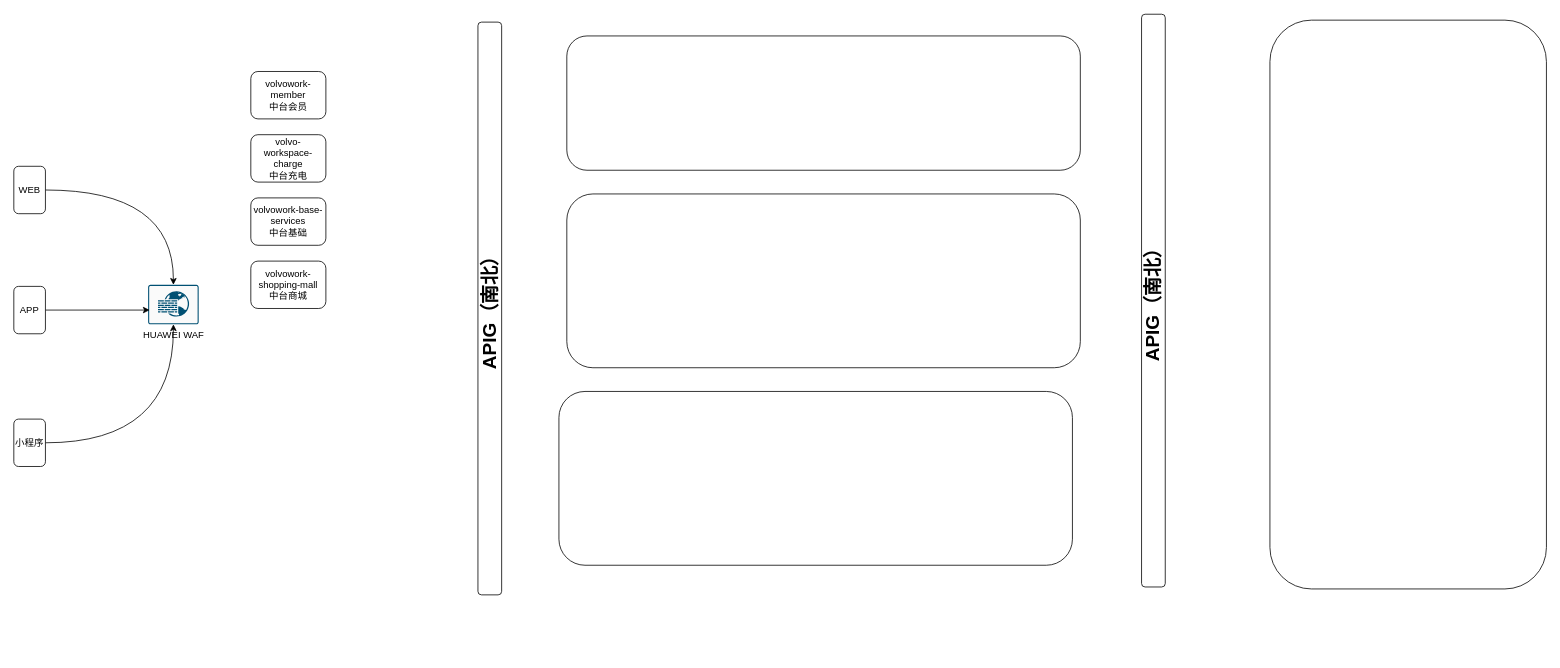
This is volvo Newbie技术架构图.drawio from 463024907/draw.io, a draw.io file, before an edit. Source tidied: cells renumbered, new cells numbered last; positions are measured from the earlier drawing's top-left corner, leaving out a move shared by most shapes. Both pictures are drawn from the tidied source at 79%, with x=0, y=0 at pixel (13, 20).
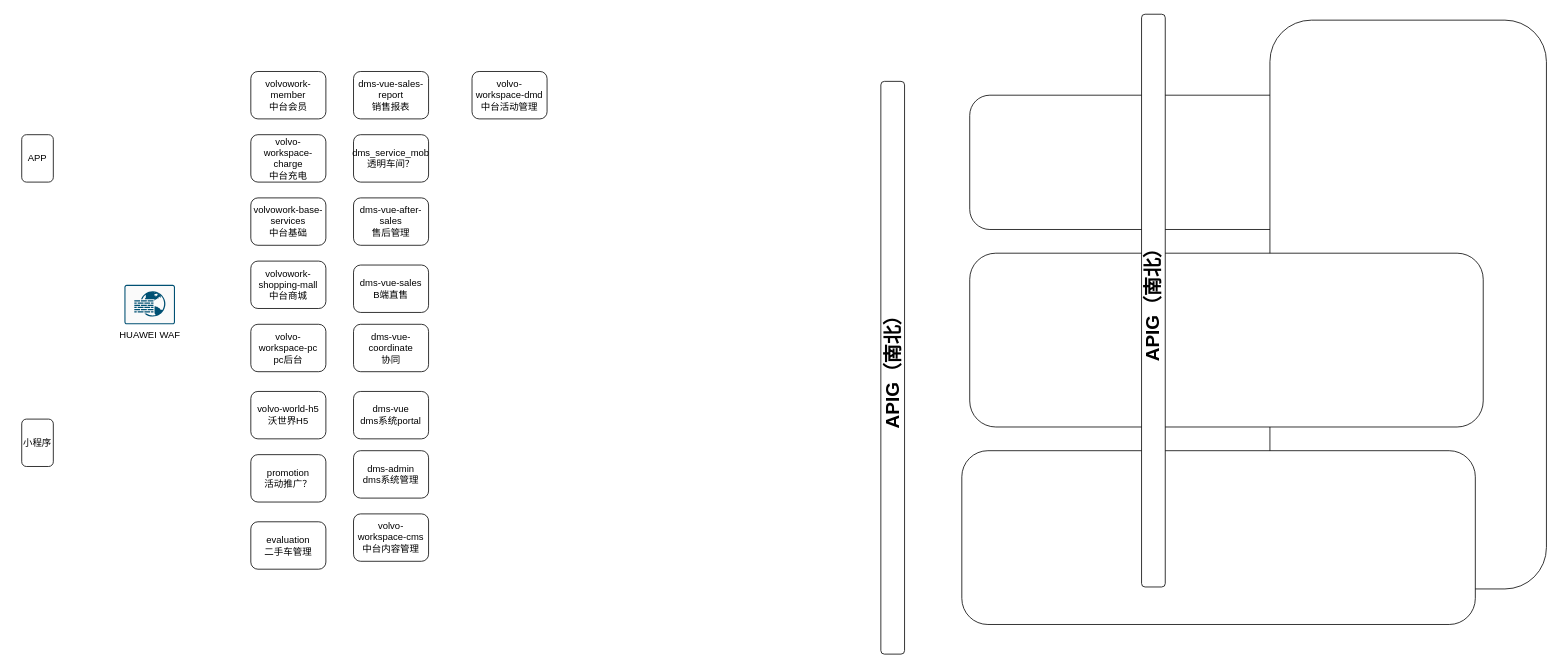
Above is the later version.

Commit message:
Update volvo Newbie技术架构图.drawio

Diff of the diagram source:
```diff
@@
     <mxCell id="2" value="HUAWEI WAF" style="sketch=0;points=[[0.015,0.015,0],[0.985,0.015,0],[0.985,0.985,0],[0.015,0.985,0],[0.25,0,0],[0.5,0,0],[0.75,0,0],[1,0.25,0],[1,0.5,0],[1,0.75,0],[0.75,1,0],[0.5,1,0],[0.25,1,0],[0,0.75,0],[0,0.5,0],[0,0.25,0]];verticalLabelPosition=bottom;html=1;verticalAlign=top;align=center;shape=mxgraph.cisco19.rect;prIcon=web_application_firewall;fillColor=#FAFAFA;strokeColor=#005073;" parent="1" vertex="1">
-      <mxGeometry x="170" y="335" width="64" height="50" as="geometry" />
+      <mxGeometry x="140" y="335" width="64" height="50" as="geometry" />
     </mxCell>
-    <mxCell id="3" style="edgeStyle=orthogonalEdgeStyle;rounded=0;jettySize=auto;html=1;entryX=0.5;entryY=1;entryDx=0;entryDy=0;entryPerimeter=0;curved=1;" parent="1" edge="1" source="4" target="2">
-      <mxGeometry relative="1" as="geometry" />
-    </mxCell>
     <mxCell id="4" value="小程序" style="rounded=1;whiteSpace=wrap;html=1;" parent="1" vertex="1">
-      <mxGeometry y="505" width="40" height="60" as="geometry" />
+      <mxGeometry x="10" y="505" width="40" height="60" as="geometry" />
     </mxCell>
-    <mxCell id="5" style="edgeStyle=orthogonalEdgeStyle;rounded=0;jettySize=auto;html=1;entryX=0.031;entryY=0.64;entryDx=0;entryDy=0;entryPerimeter=0;" parent="1" edge="1" source="6" target="2">
-      <mxGeometry relative="1" as="geometry" />
-    </mxCell>
     <mxCell id="6" value="APP" style="rounded=1;whiteSpace=wrap;html=1;" parent="1" vertex="1">
-      <mxGeometry y="337" width="40" height="60" as="geometry" />
+      <mxGeometry x="10" y="145" width="40" height="60" as="geometry" />
     </mxCell>
-    <mxCell id="7" style="edgeStyle=orthogonalEdgeStyle;rounded=0;jettySize=auto;html=1;entryX=0.5;entryY=0;entryDx=0;entryDy=0;entryPerimeter=0;curved=1;" parent="1" edge="1" source="8" target="2">
-      <mxGeometry relative="1" as="geometry" />
-    </mxCell>
-    <mxCell id="8" value="WEB" style="rounded=1;whiteSpace=wrap;html=1;" parent="1" vertex="1">
-      <mxGeometry y="185" width="40" height="60" as="geometry" />
-    </mxCell>
     <mxCell id="9" value="&lt;h1&gt;APIG（南北）&lt;/h1&gt;" style="rounded=1;whiteSpace=wrap;html=1;verticalAlign=middle;labelPosition=center;verticalLabelPosition=middle;align=center;labelBackgroundColor=none;labelBorderColor=none;flipV=0;flipH=0;glass=0;shadow=0;rotation=-90;" parent="1" vertex="1">
-      <mxGeometry x="240" y="350" width="725" height="30" as="geometry" />
+      <mxGeometry x="750" y="425" width="725" height="30" as="geometry" />
     </mxCell>
     <mxCell id="10" value="&lt;div style=&quot;text-align: justify;&quot;&gt;&lt;br&gt;&lt;/div&gt;" style="rounded=1;whiteSpace=wrap;html=1;shadow=0;glass=0;labelBackgroundColor=none;labelBorderColor=none;strokeColor=default;fontFamily=Helvetica;fontSize=12;fontColor=default;fillColor=default;align=left;" parent="1" vertex="1">
-      <mxGeometry x="700" y="20" width="650" height="170" as="geometry" />
+      <mxGeometry x="1210" y="95" width="650" height="170" as="geometry" />
     </mxCell>
@@
     <mxCell id="12" value="&lt;div style=&quot;text-align: justify;&quot;&gt;&lt;br&gt;&lt;/div&gt;" style="rounded=1;whiteSpace=wrap;html=1;shadow=0;glass=0;labelBackgroundColor=none;labelBorderColor=none;strokeColor=default;fontFamily=Helvetica;fontSize=12;fontColor=default;fillColor=default;align=left;" parent="1" vertex="1">
-      <mxGeometry x="700" y="220" width="650" height="220" as="geometry" />
+      <mxGeometry x="1210" y="295" width="650" height="220" as="geometry" />
     </mxCell>
     <mxCell id="13" value="&lt;div style=&quot;text-align: justify;&quot;&gt;&lt;br&gt;&lt;/div&gt;" style="rounded=1;whiteSpace=wrap;html=1;shadow=0;glass=0;labelBackgroundColor=none;labelBorderColor=none;strokeColor=default;fontFamily=Helvetica;fontSize=12;fontColor=default;fillColor=default;align=left;" parent="1" vertex="1">
-      <mxGeometry x="690" y="470" width="650" height="220" as="geometry" />
+      <mxGeometry x="1200" y="545" width="650" height="220" as="geometry" />
     </mxCell>
@@
+    <mxCell id="19" value="volvo-workspace-pc&lt;br&gt;pc后台" style="rounded=1;whiteSpace=wrap;html=1;" parent="1" vertex="1">
+      <mxGeometry x="300" y="385" width="95" height="60" as="geometry" />
+    </mxCell>
+    <mxCell id="20" value="volvo-world-h5&lt;br&gt;沃世界H5" style="rounded=1;whiteSpace=wrap;html=1;" parent="1" vertex="1">
+      <mxGeometry x="300" y="470" width="95" height="60" as="geometry" />
+    </mxCell>
+    <mxCell id="21" value="promotion&lt;br&gt;活动推广？" style="rounded=1;whiteSpace=wrap;html=1;" parent="1" vertex="1">
+      <mxGeometry x="300" y="550" width="95" height="60" as="geometry" />
+    </mxCell>
+    <mxCell id="22" value="evaluation&lt;br&gt;二手车管理" style="rounded=1;whiteSpace=wrap;html=1;" parent="1" vertex="1">
+      <mxGeometry x="300" y="635" width="95" height="60" as="geometry" />
+    </mxCell>
+    <mxCell id="23" value="dms-vue-sales-report&lt;br&gt;销售报表" style="rounded=1;whiteSpace=wrap;html=1;" parent="1" vertex="1">
+      <mxGeometry x="430" y="65" width="95" height="60" as="geometry" />
+    </mxCell>
+    <mxCell id="24" value="dms_service_mob&lt;br&gt;透明车间？" style="rounded=1;whiteSpace=wrap;html=1;" parent="1" vertex="1">
+      <mxGeometry x="430" y="145" width="95" height="60" as="geometry" />
+    </mxCell>
+    <mxCell id="25" value="dms-vue-after-sales&lt;br&gt;售后管理" style="rounded=1;whiteSpace=wrap;html=1;" parent="1" vertex="1">
+      <mxGeometry x="430" y="225" width="95" height="60" as="geometry" />
+    </mxCell>
+    <mxCell id="26" value="dms-vue-sales&lt;br&gt;B端直售" style="rounded=1;whiteSpace=wrap;html=1;" parent="1" vertex="1">
+      <mxGeometry x="430" y="310" width="95" height="60" as="geometry" />
+    </mxCell>
+    <mxCell id="27" value="dms-vue-coordinate&lt;br&gt;协同" style="rounded=1;whiteSpace=wrap;html=1;" parent="1" vertex="1">
+      <mxGeometry x="430" y="385" width="95" height="60" as="geometry" />
+    </mxCell>
+    <mxCell id="28" value="dms-vue&lt;br&gt;dms系统portal" style="rounded=1;whiteSpace=wrap;html=1;" parent="1" vertex="1">
+      <mxGeometry x="430" y="470" width="95" height="60" as="geometry" />
+    </mxCell>
+    <mxCell id="29" value="dms-admin&lt;br&gt;dms系统管理" style="rounded=1;whiteSpace=wrap;html=1;" parent="1" vertex="1">
+      <mxGeometry x="430" y="545" width="95" height="60" as="geometry" />
+    </mxCell>
+    <mxCell id="30" value="volvo-workspace-cms&lt;br&gt;中台内容管理" style="rounded=1;whiteSpace=wrap;html=1;" parent="1" vertex="1">
+      <mxGeometry x="430" y="625" width="95" height="60" as="geometry" />
+    </mxCell>
+    <mxCell id="31" value="volvo-workspace-dmd&lt;br&gt;中台活动管理" style="rounded=1;whiteSpace=wrap;html=1;" parent="1" vertex="1">
+      <mxGeometry x="580" y="65" width="95" height="60" as="geometry" />
+    </mxCell>
```
